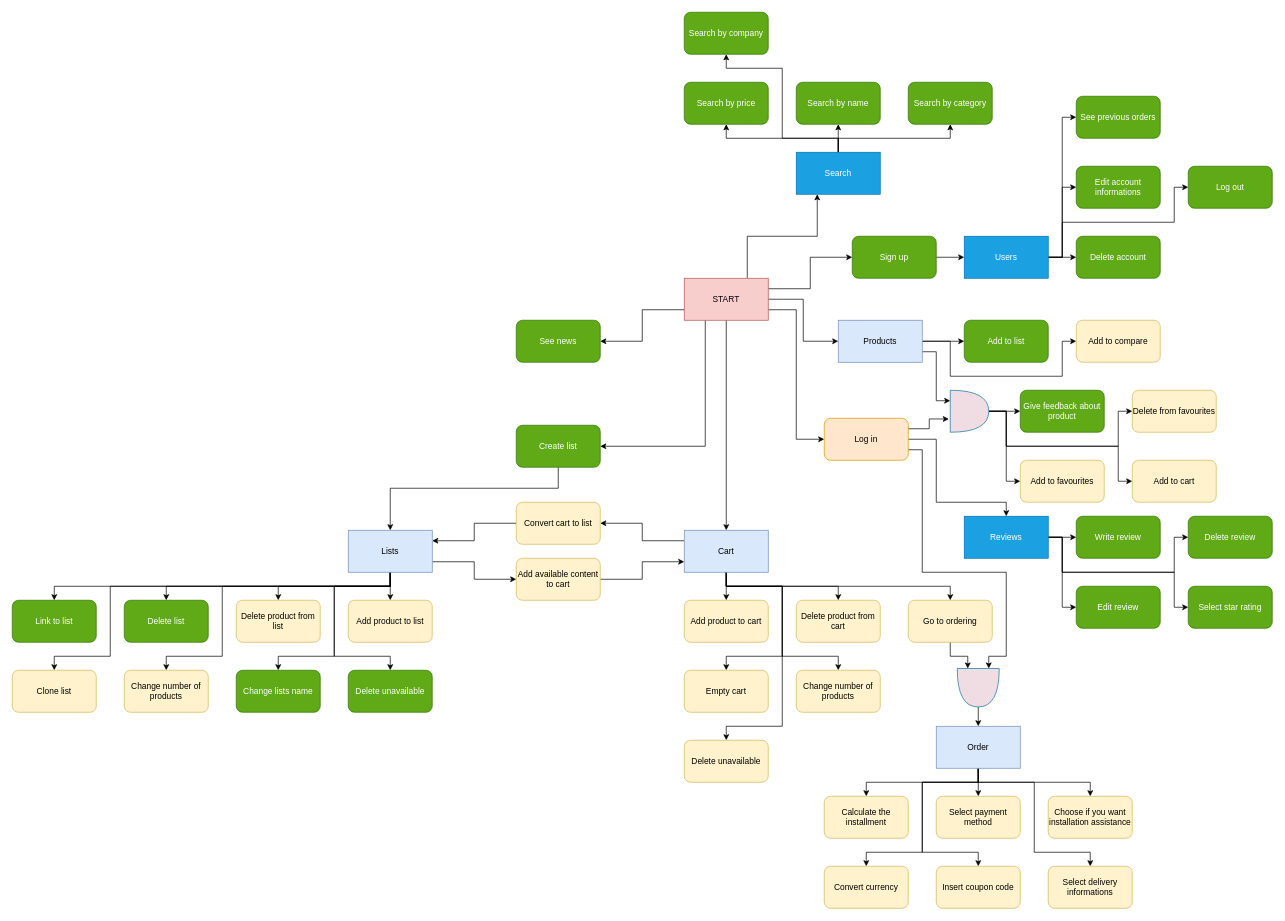
Earlier version of the draw.io diagram Documentation/DrawioFiles/functionalitiesSchema.drawio (Rumi152/X-KOMdb). Source tidied: cells renumbered, new cells numbered last; positions are measured from the earlier drawing's top-left corner, leaving out a move shared by most shapes. Both pictures are drawn from the tidied source at 70%, with x=0, y=0 at pixel (12, 12).
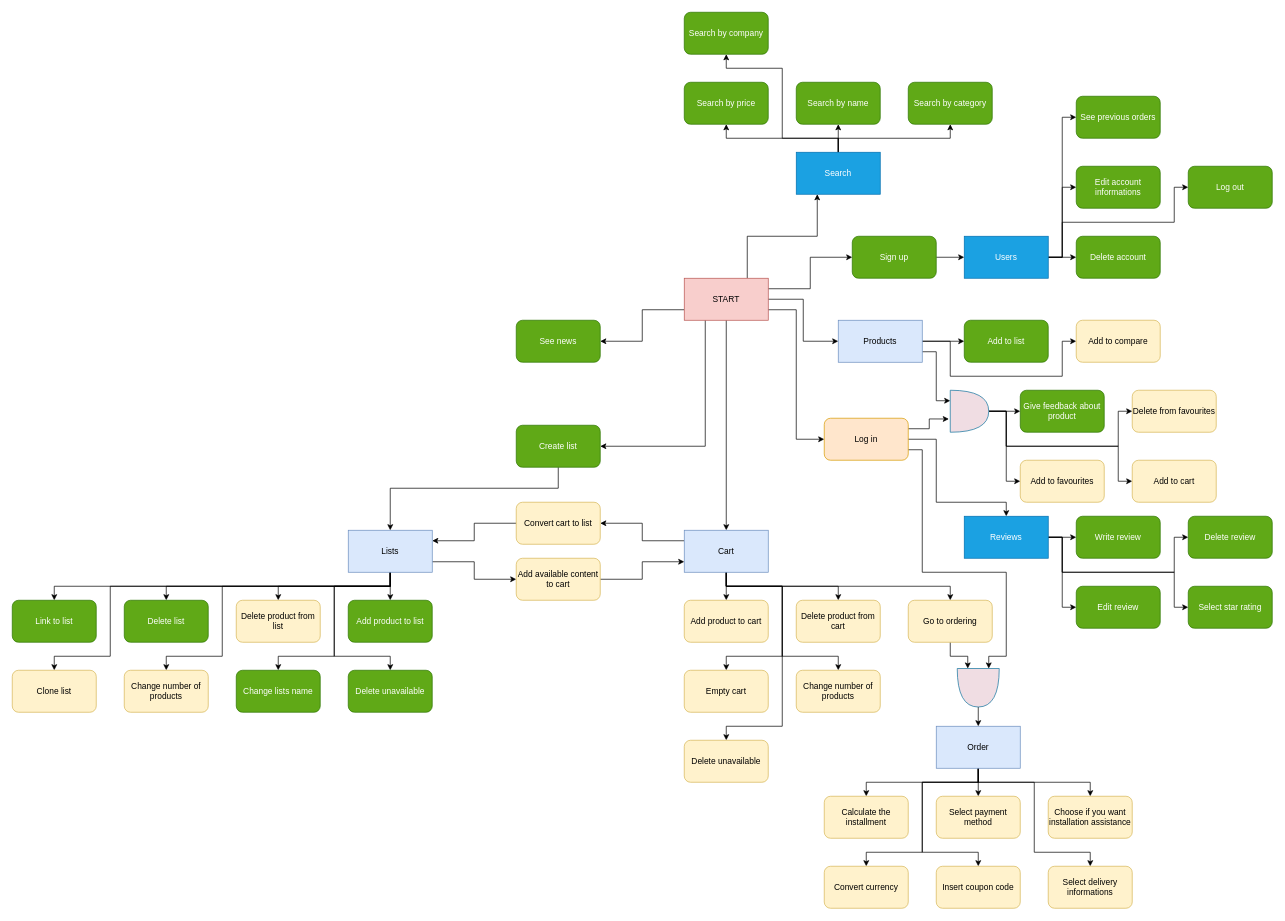
The same diagram, later.

Commit message:
coloring functionalites diagram

Diff of the diagram source:
```diff
@@
-    <mxCell id="53" value="Add product to list" style="rounded=1;whiteSpace=wrap;html=1;fillColor=#fff2cc;strokeColor=#d6b656;fontColor=#000000;" parent="1" vertex="1">
+    <mxCell id="53" value="Add product to list" style="rounded=1;whiteSpace=wrap;html=1;fillColor=#60a917;strokeColor=#2D7600;fontColor=#ffffff;" parent="1" vertex="1">
       <mxGeometry x="480" y="840" width="120" height="60" as="geometry" />
     </mxCell>
```
